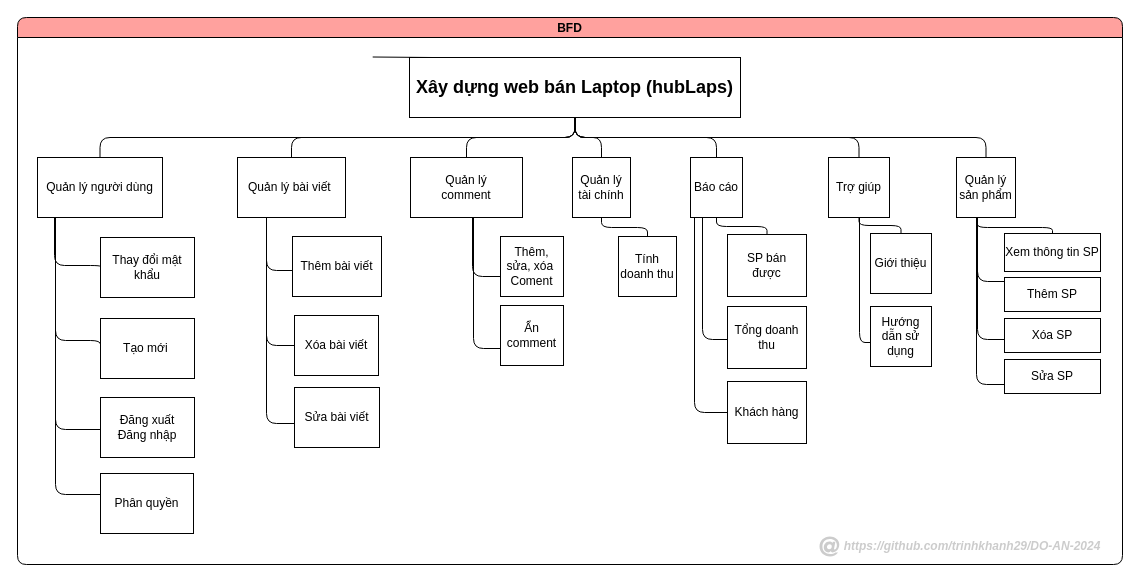
Before: page "Sơ đồ BFD" (2 of 5) of shop-hubLaps.drawio in trinhkhanh29/Shop-hubLaps, a draw.io diagram. Source tidied: cells renumbered, new cells numbered last; positions are measured from the earlier drawing's top-left corner, leaving out a move shared by most shapes. Both pictures are drawn from the tidied source at 100%, with x=0, y=0 at pixel (17, 17).
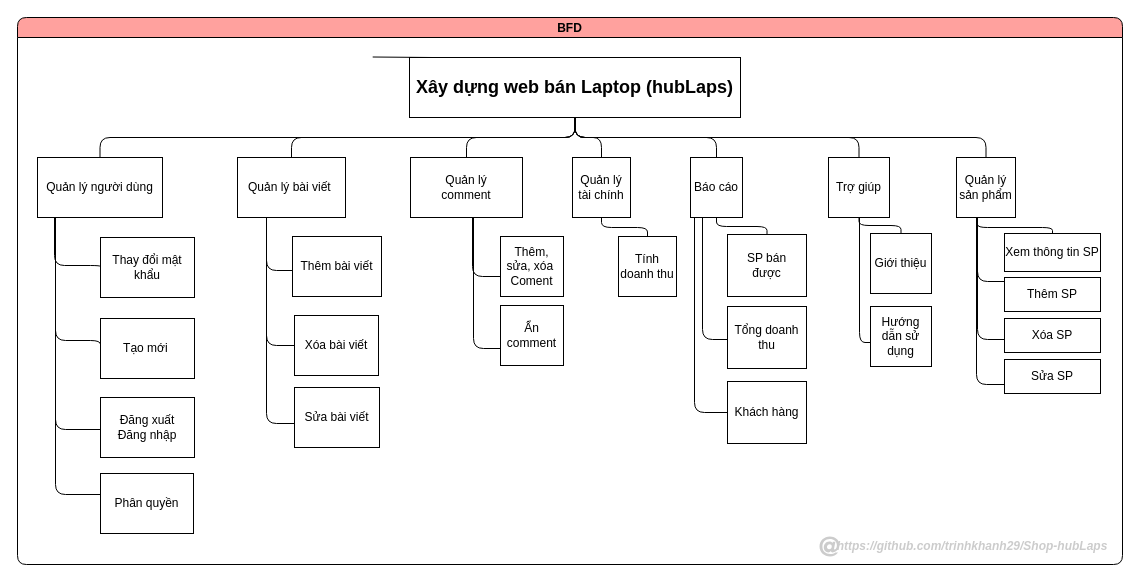
The same diagram, later.

The change refers to these unchanged cells:
```xml
<mxCell id="2" value="BFD" style="swimlane;startSize=20;horizontal=1;containerType=tree;newEdgeStyle={&quot;edgeStyle&quot;:&quot;elbowEdgeStyle&quot;,&quot;startArrow&quot;:&quot;none&quot;,&quot;endArrow&quot;:&quot;none&quot;};gradientColor=none;rounded=1;fillColor=#FFA19E;" parent="1" vertex="1">
  <mxGeometry width="1105" height="547" as="geometry" />
</mxCell>
```

Diff of the diagram source:
```diff
@@
-    <mxCell id="58" value="&lt;i&gt;&lt;b&gt;&lt;font color=&quot;#cccccc&quot;&gt;https://github.com/trinhkhanh29/DO-AN-2024&lt;/font&gt;&lt;/b&gt;&lt;/i&gt;" style="text;html=1;align=center;verticalAlign=middle;whiteSpace=wrap;rounded=0;" parent="2" vertex="1">
+    <mxCell id="58" value="&lt;i&gt;&lt;b&gt;&lt;font color=&quot;#cccccc&quot;&gt;https://github.com/trinhkhanh29&lt;/font&gt;&lt;/b&gt;&lt;/i&gt;&lt;font color=&quot;#cccccc&quot;&gt;&lt;b&gt;&lt;i&gt;/Shop-hubLaps&lt;/i&gt;&lt;/b&gt;&lt;/font&gt;" style="text;html=1;align=center;verticalAlign=middle;whiteSpace=wrap;rounded=0;" parent="2" vertex="1">
       <mxGeometry x="811" y="514" width="288" height="30" as="geometry" />
     </mxCell>
```
